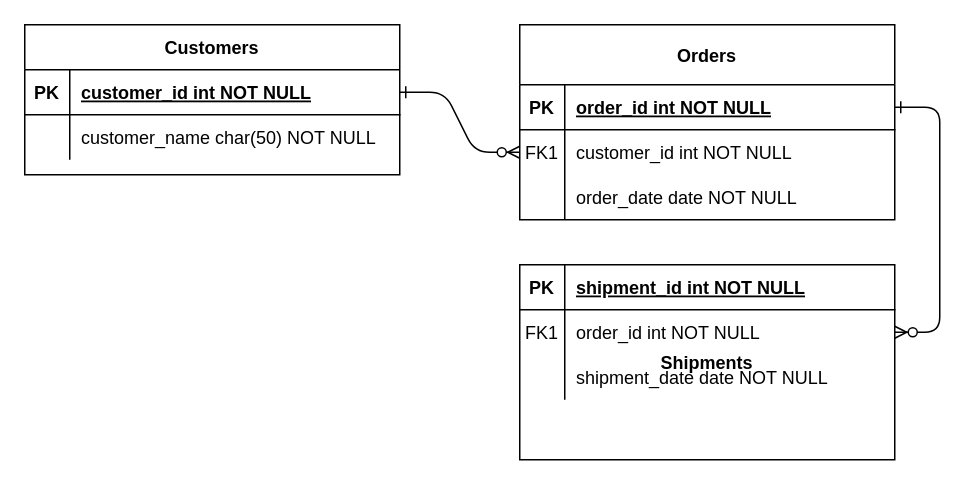
The draw.io diagram docs/changeable.drawio in takeruun/changeable-blog-api, before the edit. Source tidied: cells renumbered, new cells numbered last; positions are measured from the earlier drawing's top-left corner, leaving out a move shared by most shapes. Both pictures are drawn from the tidied source at 150%, with x=0, y=0 at pixel (24, 24).
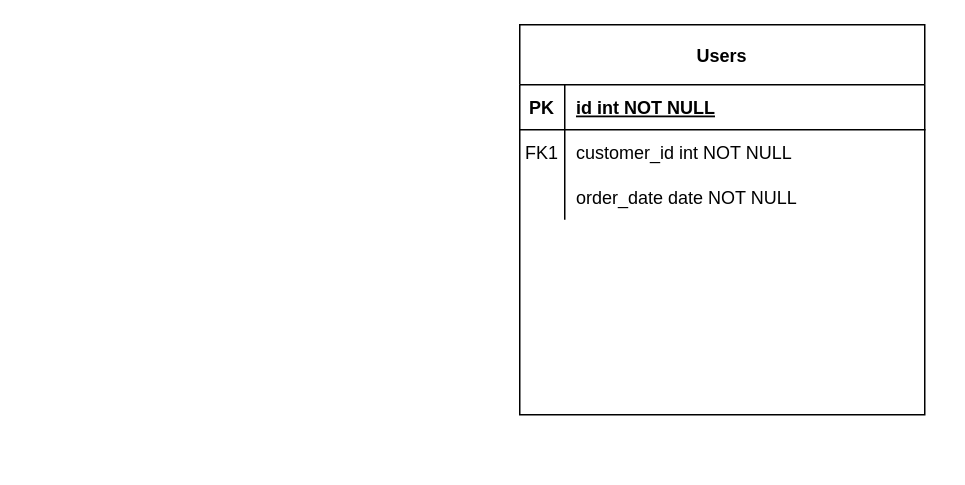
The same diagram, later.

Commit message (it also covers changes not shown here):
changeable.drawio を更新します

What changed in the source:
```diff
@@
-    <mxCell id="2" style="edgeStyle=entityRelationEdgeStyle;endArrow=ERzeroToMany;startArrow=ERone;endFill=1;startFill=0;" parent="1" edge="1" source="25" target="8">
-      <mxGeometry relative="1" as="geometry" />
-    </mxCell>
-    <mxCell id="3" style="edgeStyle=entityRelationEdgeStyle;endArrow=ERzeroToMany;startArrow=ERone;endFill=1;startFill=0;" parent="1" edge="1" source="5" target="18">
-      <mxGeometry relative="1" as="geometry" />
-    </mxCell>
-    <mxCell id="4" value="Orders" style="shape=table;startSize=40;childLayout=tableLayout;rowLines=0;fontStyle=1;align=center;" parent="1" vertex="1">
-      <mxGeometry x="330" width="250" height="130" as="geometry" />
+    <mxCell id="4" value="Users" style="shape=table;startSize=40;childLayout=tableLayout;rowLines=0;fontStyle=1;align=center;" parent="1" vertex="1">
+      <mxGeometry x="330" width="270" height="260" as="geometry" />
     </mxCell>
     <mxCell id="5" style="shape=partialRectangle;fillColor=none;points=[[0,0.5],[1,0.5]];portConstraint=eastwest;top=0;left=0;right=0;bottom=1;" parent="4" vertex="1">
-      <mxGeometry y="40" width="250" height="30" as="geometry" />
+      <mxGeometry y="40" width="270" height="30" as="geometry" />
     </mxCell>
@@
-    <mxCell id="7" value="order_id int NOT NULL " style="shape=partialRectangle;overflow=hidden;fillColor=none;top=0;left=0;bottom=0;right=0;align=left;spacingLeft=6;fontStyle=5;" parent="5" vertex="1">
-      <mxGeometry x="30" width="220" height="30" as="geometry" />
+    <mxCell id="7" value="id int NOT NULL " style="shape=partialRectangle;overflow=hidden;fillColor=none;top=0;left=0;bottom=0;right=0;align=left;spacingLeft=6;fontStyle=5;" parent="5" vertex="1">
+      <mxGeometry x="30" width="240" height="30" as="geometry" />
     </mxCell>
     <mxCell id="8" style="shape=partialRectangle;fillColor=none;points=[[0,0.5],[1,0.5]];portConstraint=eastwest;top=0;left=0;right=0;bottom=0;" parent="4" vertex="1">
-      <mxGeometry y="70" width="250" height="30" as="geometry" />
+      <mxGeometry y="70" width="270" height="30" as="geometry" />
     </mxCell>
@@
     <mxCell id="10" value="customer_id int NOT NULL" style="shape=partialRectangle;overflow=hidden;fillColor=none;top=0;left=0;bottom=0;right=0;align=left;spacingLeft=6;" parent="8" vertex="1">
-      <mxGeometry x="30" width="220" height="30" as="geometry" />
+      <mxGeometry x="30" width="240" height="30" as="geometry" />
     </mxCell>
     <mxCell id="11" style="shape=partialRectangle;fillColor=none;top=0;left=0;right=0;bottom=0;" parent="4" vertex="1">
-      <mxGeometry y="100" width="250" height="30" as="geometry" />
+      <mxGeometry y="100" width="270" height="30" as="geometry" />
     </mxCell>
@@
     <mxCell id="13" value="order_date date NOT NULL" style="shape=partialRectangle;overflow=hidden;fillColor=none;top=0;left=0;bottom=0;right=0;align=left;spacingLeft=6;" parent="11" vertex="1">
-      <mxGeometry x="30" width="220" height="30" as="geometry" />
+      <mxGeometry x="30" width="240" height="30" as="geometry" />
     </mxCell>
-    <mxCell id="14" value="Shipments" style="shape=table;startSize=0;childLayout=tableLayout;rowLines=0;fontStyle=1;align=center;" parent="1" vertex="1">
-      <mxGeometry x="330" y="160" width="250" height="130" as="geometry" />
-    </mxCell>
-    <mxCell id="15" style="shape=partialRectangle;fillColor=none;top=0;left=0;right=0;bottom=1;" parent="14" vertex="1">
-      <mxGeometry width="250" height="30" as="geometry" />
-    </mxCell>
-    <mxCell id="16" value="PK" style="shape=partialRectangle;overflow=hidden;fillColor=none;top=0;left=0;bottom=0;right=0;fontStyle=1;" parent="15" vertex="1">
-      <mxGeometry width="30" height="30" as="geometry" />
-    </mxCell>
-    <mxCell id="17" value="shipment_id int NOT NULL " style="shape=partialRectangle;overflow=hidden;fillColor=none;top=0;left=0;bottom=0;right=0;align=left;spacingLeft=6;fontStyle=5;" parent="15" vertex="1">
-      <mxGeometry x="30" width="220" height="30" as="geometry" />
-    </mxCell>
-    <mxCell id="18" style="shape=partialRectangle;fillColor=none;points=[[0,0.5],[1,0.5]];portConstraint=eastwest;top=0;left=0;right=0;bottom=0;" parent="14" vertex="1">
-      <mxGeometry y="30" width="250" height="30" as="geometry" />
-    </mxCell>
-    <mxCell id="19" value="FK1" style="shape=partialRectangle;overflow=hidden;fillColor=none;top=0;left=0;bottom=0;right=0;" parent="18" vertex="1">
-      <mxGeometry width="30" height="30" as="geometry" />
-    </mxCell>
-    <mxCell id="20" value="order_id int NOT NULL" style="shape=partialRectangle;overflow=hidden;fillColor=none;top=0;left=0;bottom=0;right=0;align=left;spacingLeft=6;" parent="18" vertex="1">
-      <mxGeometry x="30" width="220" height="30" as="geometry" />
-    </mxCell>
-    <mxCell id="21" style="shape=partialRectangle;fillColor=none;top=0;left=0;right=0;bottom=0;" parent="14" vertex="1">
-      <mxGeometry y="60" width="250" height="30" as="geometry" />
-    </mxCell>
-    <mxCell id="22" style="shape=partialRectangle;overflow=hidden;fillColor=none;top=0;left=0;bottom=0;right=0;" parent="21" vertex="1">
-      <mxGeometry width="30" height="30" as="geometry" />
-    </mxCell>
-    <mxCell id="23" value="shipment_date date NOT NULL" style="shape=partialRectangle;overflow=hidden;fillColor=none;top=0;left=0;bottom=0;right=0;align=left;spacingLeft=6;" parent="21" vertex="1">
-      <mxGeometry x="30" width="220" height="30" as="geometry" />
-    </mxCell>
-    <mxCell id="24" value="Customers" style="shape=table;startSize=30;childLayout=tableLayout;rowLines=0;fontStyle=1;align=center;" parent="1" vertex="1">
-      <mxGeometry width="250" height="100" as="geometry" />
-    </mxCell>
-    <mxCell id="25" style="shape=partialRectangle;fillColor=none;points=[[0,0.5],[1,0.5]];portConstraint=eastwest;top=0;left=0;right=0;bottom=1;" parent="24" vertex="1">
-      <mxGeometry y="30" width="250" height="30" as="geometry" />
-    </mxCell>
-    <mxCell id="26" value="PK" style="shape=partialRectangle;overflow=hidden;fillColor=none;top=0;left=0;bottom=0;right=0;fontStyle=1;" parent="25" vertex="1">
-      <mxGeometry width="30" height="30" as="geometry" />
-    </mxCell>
-    <mxCell id="27" value="customer_id int NOT NULL " style="shape=partialRectangle;overflow=hidden;fillColor=none;top=0;left=0;bottom=0;right=0;align=left;spacingLeft=6;fontStyle=5;" parent="25" vertex="1">
-      <mxGeometry x="30" width="220" height="30" as="geometry" />
-    </mxCell>
-    <mxCell id="28" style="shape=partialRectangle;fillColor=none;top=0;left=0;right=0;bottom=0;" parent="24" vertex="1">
-      <mxGeometry y="60" width="250" height="30" as="geometry" />
-    </mxCell>
-    <mxCell id="29" style="shape=partialRectangle;overflow=hidden;fillColor=none;top=0;left=0;bottom=0;right=0;" parent="28" vertex="1">
-      <mxGeometry width="30" height="30" as="geometry" />
-    </mxCell>
-    <mxCell id="30" value="customer_name char(50) NOT NULL" style="shape=partialRectangle;overflow=hidden;fillColor=none;top=0;left=0;bottom=0;right=0;align=left;spacingLeft=6;" parent="28" vertex="1">
-      <mxGeometry x="30" width="220" height="30" as="geometry" />
-    </mxCell>
```
